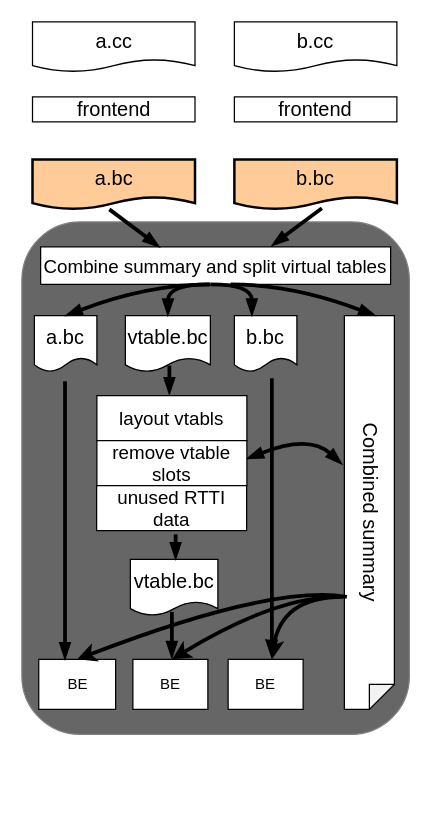
Earlier version of the draw.io diagram thinlto-1.drawio (luxufan/simple-website-template). Source tidied: cells renumbered, new cells numbered last; positions are measured from the earlier drawing's top-left corner, leaving out a move shared by most shapes. Both pictures are drawn from the tidied source at 125%, with x=0, y=0 at pixel (21, 21).
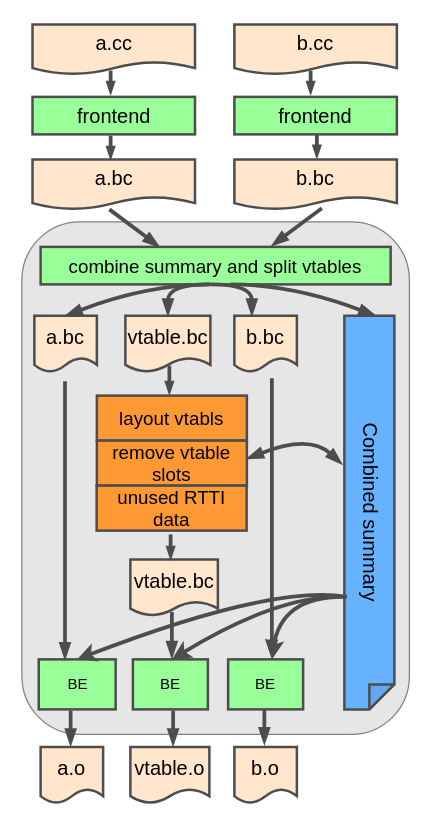
The same diagram, later.

The edit, as a diff of the source:
```diff
@@
-    <mxCell id="2" style="rounded=1;whiteSpace=wrap;html=1;strokeWidth=1;strokeColor=#808080;fillColor=#666666;" parent="1" vertex="1">
+    <mxCell id="2" style="rounded=1;whiteSpace=wrap;html=1;strokeWidth=1;strokeColor=#808080;fillColor=#E6E6E6;" parent="1" vertex="1">
       <mxGeometry y="160" width="310" height="410" as="geometry" />
     </mxCell>
-    <mxCell id="3" value="&lt;font style=&quot;font-size: 16px;&quot;&gt;b.cc&lt;/font&gt;" style="shape=document;whiteSpace=wrap;html=1;boundedLbl=1;size=0.25;direction=east;" parent="1" vertex="1">
-      <mxGeometry x="170" width="130" height="40" as="geometry" />
+    <mxCell id="3" value="&lt;font style=&quot;font-size: 16px;&quot;&gt;b.cc&lt;/font&gt;" style="shape=document;whiteSpace=wrap;html=1;boundedLbl=1;size=0.25;direction=east;fillColor=#FFE6CC;strokeWidth=2;strokeColor=#4D4D4D;" parent="1" vertex="1">
+      <mxGeometry x="170" y="2" width="130" height="40" as="geometry" />
     </mxCell>
-    <mxCell id="4" value="&lt;font style=&quot;font-size: 16px;&quot;&gt;frontend&lt;/font&gt;" style="rounded=0;whiteSpace=wrap;html=1;" parent="1" vertex="1">
-      <mxGeometry x="170" y="60" width="130" height="20" as="geometry" />
+    <mxCell id="4" value="&lt;font style=&quot;font-size: 16px;&quot;&gt;frontend&lt;/font&gt;" style="rounded=0;whiteSpace=wrap;html=1;fillColor=#99FF99;strokeWidth=2;strokeColor=#4D4D4D;" parent="1" vertex="1">
+      <mxGeometry x="170" y="60" width="130" height="30" as="geometry" />
     </mxCell>
-    <mxCell id="5" value="&lt;font style=&quot;font-size: 16px;&quot;&gt;a.bc&lt;/font&gt;" style="shape=document;whiteSpace=wrap;html=1;boundedLbl=1;size=0.25;direction=east;fillColor=#FFCC99;strokeWidth=2;" parent="1" vertex="1">
+    <mxCell id="5" value="&lt;font style=&quot;font-size: 16px;&quot;&gt;a.bc&lt;/font&gt;" style="shape=document;whiteSpace=wrap;html=1;boundedLbl=1;size=0.25;direction=east;fillColor=#FFE6CC;strokeWidth=2;strokeColor=#4D4D4D;" parent="1" vertex="1">
       <mxGeometry x="8.5" y="110" width="130" height="40" as="geometry" />
     </mxCell>
-    <mxCell id="6" value="&lt;font style=&quot;font-size: 16px;&quot;&gt;b.bc&lt;/font&gt;" style="shape=document;whiteSpace=wrap;html=1;boundedLbl=1;size=0.25;direction=east;fillColor=#FFCC99;strokeWidth=2;" parent="1" vertex="1">
+    <mxCell id="6" value="&lt;font style=&quot;font-size: 16px;&quot;&gt;b.bc&lt;/font&gt;" style="shape=document;whiteSpace=wrap;html=1;boundedLbl=1;size=0.25;direction=east;fillColor=#FFE6CC;strokeWidth=2;strokeColor=#4D4D4D;" parent="1" vertex="1">
       <mxGeometry x="170" y="110" width="130" height="40" as="geometry" />
     </mxCell>
-    <mxCell id="7" value="&lt;font style=&quot;font-size: 16px;&quot;&gt;Combined summary&lt;/font&gt;" style="shape=note;whiteSpace=wrap;html=1;backgroundOutline=1;darkOpacity=0.05;direction=east;flipV=1;size=20;textDirection=vertical-lr;" parent="1" vertex="1">
+    <mxCell id="7" value="&lt;font style=&quot;font-size: 16px;&quot;&gt;Combined summary&lt;/font&gt;" style="shape=note;whiteSpace=wrap;html=1;backgroundOutline=1;darkOpacity=0.05;direction=east;flipV=1;size=20;textDirection=vertical-lr;fillColor=#66B2FF;strokeWidth=2;strokeColor=#4D4D4D;" parent="1" vertex="1">
       <mxGeometry x="258" y="235" width="40" height="315" as="geometry" />
     </mxCell>
-    <mxCell id="8" value="&lt;font style=&quot;font-size: 15px;&quot;&gt;Combine summary and split virtual tables&lt;/font&gt;" style="rounded=0;whiteSpace=wrap;html=1;" parent="1" vertex="1">
+    <mxCell id="8" value="&lt;font style=&quot;font-size: 15px;&quot;&gt;combine summary and split vtables&lt;/font&gt;" style="rounded=0;whiteSpace=wrap;html=1;strokeWidth=2;fillColor=#99FF99;strokeColor=#4D4D4D;" parent="1" vertex="1">
       <mxGeometry x="15" y="180" width="280" height="30" as="geometry" />
     </mxCell>
-    <mxCell id="9" value="&lt;font style=&quot;font-size: 16px;&quot;&gt;a.bc&lt;/font&gt;" style="shape=document;whiteSpace=wrap;html=1;boundedLbl=1;size=0.25;direction=east;" parent="1" vertex="1">
+    <mxCell id="9" value="&lt;font style=&quot;font-size: 16px;&quot;&gt;a.bc&lt;/font&gt;" style="shape=document;whiteSpace=wrap;html=1;boundedLbl=1;size=0.25;direction=east;strokeWidth=2;strokeColor=#4D4D4D;fillColor=#FFE6CC;" parent="1" vertex="1">
       <mxGeometry x="10" y="235" width="50" height="45" as="geometry" />
     </mxCell>
-    <mxCell id="10" value="&lt;font style=&quot;font-size: 16px;&quot;&gt;vtable.bc&lt;/font&gt;" style="shape=document;whiteSpace=wrap;html=1;boundedLbl=1;size=0.25;direction=east;" parent="1" vertex="1">
+    <mxCell id="10" value="&lt;font style=&quot;font-size: 16px;&quot;&gt;vtable.bc&lt;/font&gt;" style="shape=document;whiteSpace=wrap;html=1;boundedLbl=1;size=0.25;direction=east;strokeWidth=2;strokeColor=#4D4D4D;fillColor=#FFE6CC;" parent="1" vertex="1">
       <mxGeometry x="82.8" y="235" width="68" height="45" as="geometry" />
     </mxCell>
-    <mxCell id="11" value="&lt;font style=&quot;font-size: 16px;&quot;&gt;b.bc&lt;/font&gt;" style="shape=document;whiteSpace=wrap;html=1;boundedLbl=1;size=0.25;direction=east;" parent="1" vertex="1">
+    <mxCell id="11" value="&lt;font style=&quot;font-size: 16px;&quot;&gt;b.bc&lt;/font&gt;" style="shape=document;whiteSpace=wrap;html=1;boundedLbl=1;size=0.25;direction=east;strokeWidth=2;strokeColor=#4D4D4D;fillColor=#FFE6CC;" parent="1" vertex="1">
       <mxGeometry x="170" y="235" width="50" height="45" as="geometry" />
     </mxCell>
-    <mxCell id="12" value="&lt;font style=&quot;font-size: 16px;&quot;&gt;a.cc&lt;/font&gt;" style="shape=document;whiteSpace=wrap;html=1;boundedLbl=1;size=0.25;direction=east;" parent="1" vertex="1">
-      <mxGeometry x="8.5" width="130" height="40" as="geometry" />
+    <mxCell id="12" value="&lt;font style=&quot;font-size: 16px;&quot;&gt;a.cc&lt;/font&gt;" style="shape=document;whiteSpace=wrap;html=1;boundedLbl=1;size=0.25;direction=east;fillColor=#FFE6CC;strokeWidth=2;strokeColor=#4D4D4D;" parent="1" vertex="1">
+      <mxGeometry x="8.5" y="2" width="130" height="40" as="geometry" />
     </mxCell>
-    <mxCell id="13" value="&lt;font style=&quot;font-size: 16px;&quot;&gt;frontend&lt;/font&gt;" style="rounded=0;whiteSpace=wrap;html=1;" parent="1" vertex="1">
-      <mxGeometry x="8.5" y="60" width="130" height="20" as="geometry" />
+    <mxCell id="13" value="&lt;font style=&quot;font-size: 16px;&quot;&gt;frontend&lt;/font&gt;" style="rounded=0;whiteSpace=wrap;html=1;fillColor=#99FF99;strokeWidth=2;strokeColor=#4D4D4D;" parent="1" vertex="1">
+      <mxGeometry x="8.5" y="60" width="130" height="30" as="geometry" />
     </mxCell>
-    <mxCell id="14" value="&lt;font style=&quot;font-size: 16px;&quot;&gt;vtable.bc&lt;/font&gt;" style="shape=document;whiteSpace=wrap;html=1;boundedLbl=1;size=0.25;direction=east;" parent="1" vertex="1">
+    <mxCell id="14" value="&lt;font style=&quot;font-size: 16px;&quot;&gt;vtable.bc&lt;/font&gt;" style="shape=document;whiteSpace=wrap;html=1;boundedLbl=1;size=0.25;direction=east;strokeWidth=2;fillColor=#FFE6CC;strokeColor=#4D4D4D;" parent="1" vertex="1">
       <mxGeometry x="86.8" y="430" width="70" height="45" as="geometry" />
     </mxCell>
-    <mxCell id="15" value="BE" style="rounded=0;whiteSpace=wrap;html=1;" parent="1" vertex="1">
+    <mxCell id="15" value="BE" style="rounded=0;whiteSpace=wrap;html=1;strokeWidth=2;fillColor=#99FF99;strokeColor=#4D4D4D;" parent="1" vertex="1">
       <mxGeometry x="13.5" y="510" width="61.5" height="40" as="geometry" />
     </mxCell>
-    <mxCell id="16" value="BE" style="rounded=0;whiteSpace=wrap;html=1;" parent="1" vertex="1">
+    <mxCell id="16" value="BE" style="rounded=0;whiteSpace=wrap;html=1;strokeWidth=2;fillColor=#99FF99;strokeColor=#4D4D4D;" parent="1" vertex="1">
       <mxGeometry x="88.8" y="510" width="60" height="40" as="geometry" />
     </mxCell>
-    <mxCell id="17" value="BE" style="rounded=0;whiteSpace=wrap;html=1;" parent="1" vertex="1">
+    <mxCell id="17" value="BE" style="rounded=0;whiteSpace=wrap;html=1;strokeWidth=2;fillColor=#99FF99;strokeColor=#4D4D4D;" parent="1" vertex="1">
       <mxGeometry x="165" y="510" width="60" height="40" as="geometry" />
     </mxCell>
-    <mxCell id="18" style="curved=1;endArrow=none;html=1;rounded=0;strokeWidth=3;endFill=0;startArrow=blockThin;startFill=1;exitX=0.5;exitY=0;exitDx=0;exitDy=0;" parent="1" edge="1" source="9">
+    <mxCell id="18" style="curved=1;endArrow=none;html=1;rounded=0;strokeWidth=3;endFill=0;startArrow=blockThin;startFill=1;exitX=0.5;exitY=0;exitDx=0;exitDy=0;strokeColor=#4D4D4D;" parent="1" edge="1" source="9">
       <mxGeometry relative="1" as="geometry">
         <mxPoint x="150.8" y="210" as="targetPoint" />
         <Array as="points">
           <mxPoint x="100.8" y="210" />
         </Array>
       </mxGeometry>
     </mxCell>
-    <mxCell id="19" style="curved=1;endArrow=none;html=1;rounded=0;strokeWidth=3;endFill=0;startArrow=blockThin;startFill=1;exitX=0.5;exitY=0;exitDx=0;exitDy=0;" parent="1" edge="1" source="10">
+    <mxCell id="19" style="curved=1;endArrow=none;html=1;rounded=0;strokeWidth=3;endFill=0;startArrow=blockThin;startFill=1;exitX=0.5;exitY=0;exitDx=0;exitDy=0;strokeColor=#4D4D4D;" parent="1" edge="1" source="10">
       <mxGeometry relative="1" as="geometry">
         <mxPoint x="150" y="210" as="targetPoint" />
         <Array as="points">
           <mxPoint x="117" y="210" />
         </Array>
       </mxGeometry>
     </mxCell>
-    <mxCell id="20" style="curved=1;endArrow=none;html=1;rounded=0;strokeWidth=3;endFill=0;startArrow=blockThin;startFill=1;exitX=0.5;exitY=0;exitDx=0;exitDy=0;" parent="1" edge="1">
+    <mxCell id="20" style="curved=1;endArrow=none;html=1;rounded=0;strokeWidth=3;endFill=0;startArrow=blockThin;startFill=1;exitX=0.5;exitY=0;exitDx=0;exitDy=0;strokeColor=#4D4D4D;" parent="1" edge="1">
       <mxGeometry relative="1" as="geometry">
         <mxPoint x="184" y="235" as="sourcePoint" />
         <mxPoint x="151" y="210" as="targetPoint" />
         <Array as="points">
           <mxPoint x="184" y="210" />
         </Array>
       </mxGeometry>
     </mxCell>
-    <mxCell id="21" style="curved=1;endArrow=none;html=1;rounded=0;strokeWidth=3;endFill=0;startArrow=blockThin;startFill=1;exitX=0.5;exitY=0;exitDx=0;exitDy=0;" parent="1" edge="1">
+    <mxCell id="21" style="curved=1;endArrow=none;html=1;rounded=0;strokeWidth=3;endFill=0;startArrow=blockThin;startFill=1;exitX=0.5;exitY=0;exitDx=0;exitDy=0;strokeColor=#4D4D4D;" parent="1" edge="1">
       <mxGeometry relative="1" as="geometry">
         <mxPoint x="282.8" y="235" as="sourcePoint" />
         <mxPoint x="167" y="210" as="targetPoint" />
         <Array as="points">
           <mxPoint x="217" y="210" />
         </Array>
       </mxGeometry>
     </mxCell>
-    <mxCell id="22" style="endArrow=none;html=1;rounded=0;endFill=0;startArrow=blockThin;startFill=1;strokeWidth=3;" parent="1" edge="1">
+    <mxCell id="22" style="endArrow=none;html=1;rounded=0;endFill=0;startArrow=blockThin;startFill=1;strokeWidth=3;strokeColor=#4D4D4D;" parent="1" edge="1">
       <mxGeometry relative="1" as="geometry">
         <mxPoint x="34.5" y="510" as="sourcePoint" />
         <mxPoint x="34.5" y="287.5" as="targetPoint" />
       </mxGeometry>
     </mxCell>
-    <mxCell id="23" style="endArrow=none;html=1;rounded=0;endFill=0;startArrow=blockThin;startFill=1;strokeWidth=3;" parent="1" edge="1">
+    <mxCell id="23" style="endArrow=none;html=1;rounded=0;endFill=0;startArrow=blockThin;startFill=1;strokeWidth=3;strokeColor=#4D4D4D;" parent="1" edge="1">
       <mxGeometry relative="1" as="geometry">
         <mxPoint x="200" y="508" as="sourcePoint" />
         <mxPoint x="200" y="285" as="targetPoint" />
       </mxGeometry>
     </mxCell>
-    <mxCell id="24" style="endArrow=none;html=1;rounded=0;endFill=0;startArrow=blockThin;startFill=1;strokeWidth=3;" parent="1" edge="1">
+    <mxCell id="24" style="endArrow=none;html=1;rounded=0;endFill=0;startArrow=blockThin;startFill=1;strokeWidth=3;strokeColor=#4D4D4D;" parent="1" edge="1">
       <mxGeometry relative="1" as="geometry">
         <mxPoint x="120" y="509" as="sourcePoint" />
         <mxPoint x="120" y="472" as="targetPoint" />
       </mxGeometry>
     </mxCell>
-    <mxCell id="25" style="curved=1;endArrow=classic;html=1;rounded=0;strokeWidth=3;" parent="1" edge="1">
+    <mxCell id="25" style="curved=1;endArrow=classic;html=1;rounded=0;strokeWidth=3;strokeColor=#4D4D4D;" parent="1" edge="1">
       <mxGeometry relative="1" as="geometry">
         <mxPoint x="257" y="460" as="sourcePoint" />
         <mxPoint x="200" y="510" as="targetPoint" />
         <Array as="points">
           <mxPoint x="207" y="460" />
         </Array>
       </mxGeometry>
     </mxCell>
-    <mxCell id="26" style="curved=1;endArrow=classic;html=1;rounded=0;strokeWidth=3;" parent="1" edge="1">
+    <mxCell id="26" style="curved=1;endArrow=classic;html=1;rounded=0;strokeWidth=3;strokeColor=#4D4D4D;" parent="1" edge="1">
       <mxGeometry relative="1" as="geometry">
         <mxPoint x="252.5" y="460" as="sourcePoint" />
         <mxPoint x="120" y="510" as="targetPoint" />
         <Array as="points">
           <mxPoint x="202.5" y="460" />
         </Array>
       </mxGeometry>
     </mxCell>
-    <mxCell id="27" style="curved=1;endArrow=classic;html=1;rounded=0;strokeWidth=3;entryX=0.5;entryY=0;entryDx=0;entryDy=0;" parent="1" edge="1" target="15">
+    <mxCell id="27" style="curved=1;endArrow=classic;html=1;rounded=0;strokeWidth=3;entryX=0.5;entryY=0;entryDx=0;entryDy=0;strokeColor=#4D4D4D;" parent="1" edge="1" target="15">
       <mxGeometry relative="1" as="geometry">
         <mxPoint x="260" y="460" as="sourcePoint" />
         <Array as="points">
           <mxPoint x="200" y="450" />
         </Array>
       </mxGeometry>
     </mxCell>
-    <mxCell id="28" style="curved=1;endArrow=blockThin;html=1;rounded=0;strokeWidth=3;entryX=1;entryY=0.5;entryDx=0;entryDy=0;exitX=-0.05;exitY=0.623;exitDx=0;exitDy=0;exitPerimeter=0;startArrow=blockThin;startFill=1;endFill=1;" parent="1" edge="1" source="7">
+    <mxCell id="28" style="curved=1;endArrow=blockThin;html=1;rounded=0;strokeWidth=3;entryX=1;entryY=0.5;entryDx=0;entryDy=0;exitX=-0.05;exitY=0.623;exitDx=0;exitDy=0;exitPerimeter=0;startArrow=blockThin;startFill=1;endFill=1;strokeColor=#4D4D4D;" parent="1" edge="1" source="7">
       <mxGeometry relative="1" as="geometry">
         <mxPoint x="180" y="349.5" as="targetPoint" />
         <Array as="points">
           <mxPoint x="230" y="330" />
         </Array>
       </mxGeometry>
     </mxCell>
-    <mxCell id="29" style="endArrow=blockThin;html=1;rounded=0;strokeWidth=3;endFill=1;exitX=0.473;exitY=1;exitDx=0;exitDy=0;exitPerimeter=0;" parent="1" edge="1" source="5">
+    <mxCell id="29" style="endArrow=blockThin;html=1;rounded=0;strokeWidth=3;endFill=1;exitX=0.473;exitY=1;exitDx=0;exitDy=0;exitPerimeter=0;strokeColor=#4D4D4D;" parent="1" edge="1" source="5">
       <mxGeometry relative="1" as="geometry">
         <mxPoint x="110" y="180" as="targetPoint" />
       </mxGeometry>
     </mxCell>
-    <mxCell id="30" style="endArrow=blockThin;html=1;rounded=0;strokeWidth=3;endFill=1;" parent="1" edge="1">
+    <mxCell id="30" style="endArrow=blockThin;html=1;rounded=0;strokeWidth=3;endFill=1;strokeColor=#4D4D4D;startSize=5;endSize=3;" parent="1" edge="1">
       <mxGeometry relative="1" as="geometry">
         <mxPoint x="118" y="275" as="sourcePoint" />
         <mxPoint x="118" y="298" as="targetPoint" />
       </mxGeometry>
     </mxCell>
-    <mxCell id="31" style="endArrow=blockThin;html=1;rounded=0;strokeWidth=3;endFill=1;" parent="1" edge="1">
+    <mxCell id="31" style="endArrow=blockThin;html=1;rounded=0;strokeWidth=3;endFill=1;strokeColor=#4D4D4D;endSize=3;" parent="1" edge="1">
       <mxGeometry relative="1" as="geometry">
-        <mxPoint x="123" y="410" as="sourcePoint" />
-        <mxPoint x="123" y="430" as="targetPoint" />
+        <mxPoint x="119" y="410" as="sourcePoint" />
+        <mxPoint x="119" y="430" as="targetPoint" />
       </mxGeometry>
     </mxCell>
-    <mxCell id="32" value="&lt;font style=&quot;font-size: 15px;&quot;&gt;layout vtabls&lt;/font&gt;" style="rounded=0;whiteSpace=wrap;html=1;" parent="1" vertex="1">
+    <mxCell id="32" value="&lt;font style=&quot;font-size: 15px;&quot;&gt;layout vtabls&lt;/font&gt;" style="rounded=0;whiteSpace=wrap;html=1;strokeWidth=2;fillColor=#FF9933;strokeColor=#4D4D4D;" parent="1" vertex="1">
       <mxGeometry x="60" y="299" width="120" height="36" as="geometry" />
     </mxCell>
-    <mxCell id="33" value="&lt;font style=&quot;font-size: 15px;&quot;&gt;remove vtable slots&lt;/font&gt;" style="rounded=0;whiteSpace=wrap;html=1;" parent="1" vertex="1">
+    <mxCell id="33" value="&lt;font style=&quot;font-size: 15px;&quot;&gt;remove vtable slots&lt;/font&gt;" style="rounded=0;whiteSpace=wrap;html=1;strokeWidth=2;strokeColor=#4D4D4D;fillColor=#FF9933;" parent="1" vertex="1">
       <mxGeometry x="60" y="335" width="120" height="36" as="geometry" />
     </mxCell>
-    <mxCell id="34" value="&lt;span style=&quot;font-size: 15px;&quot;&gt;unused RTTI data&lt;/span&gt;" style="rounded=0;whiteSpace=wrap;html=1;" parent="1" vertex="1">
+    <mxCell id="34" value="&lt;span style=&quot;font-size: 15px;&quot;&gt;unused RTTI data&lt;/span&gt;" style="rounded=0;whiteSpace=wrap;html=1;strokeWidth=2;strokeColor=#4D4D4D;fillColor=#FF9933;" parent="1" vertex="1">
       <mxGeometry x="59.8" y="371" width="120" height="36" as="geometry" />
     </mxCell>
-    <mxCell id="35" style="endArrow=blockThin;html=1;rounded=0;strokeWidth=3;endFill=1;exitX=0.473;exitY=1;exitDx=0;exitDy=0;exitPerimeter=0;" parent="1" edge="1">
+    <mxCell id="35" style="endArrow=blockThin;html=1;rounded=0;strokeWidth=3;endFill=1;exitX=0.473;exitY=1;exitDx=0;exitDy=0;exitPerimeter=0;strokeColor=#4D4D4D;" parent="1" edge="1">
       <mxGeometry relative="1" as="geometry">
         <mxPoint x="240" y="149" as="sourcePoint" />
         <mxPoint x="200" y="179" as="targetPoint" />
       </mxGeometry>
     </mxCell>
+    <mxCell id="36" style="endArrow=blockThin;html=1;rounded=0;strokeWidth=3;endFill=1;strokeColor=#4D4D4D;endSize=3;" parent="1" edge="1">
+      <mxGeometry relative="1" as="geometry">
+        <mxPoint x="236" y="90" as="sourcePoint" />
+        <mxPoint x="236" y="109" as="targetPoint" />
+      </mxGeometry>
+    </mxCell>
+    <mxCell id="37" style="endArrow=blockThin;html=1;rounded=0;strokeWidth=3;endFill=1;strokeColor=#4D4D4D;endSize=3;" parent="1" edge="1">
+      <mxGeometry relative="1" as="geometry">
+        <mxPoint x="71" y="91" as="sourcePoint" />
+        <mxPoint x="71" y="110" as="targetPoint" />
+      </mxGeometry>
+    </mxCell>
+    <mxCell id="38" style="endArrow=blockThin;html=1;rounded=0;strokeWidth=3;endFill=1;strokeColor=#4D4D4D;endSize=3;" parent="1" edge="1">
+      <mxGeometry relative="1" as="geometry">
+        <mxPoint x="231" y="39" as="sourcePoint" />
+        <mxPoint x="231" y="58" as="targetPoint" />
+      </mxGeometry>
+    </mxCell>
+    <mxCell id="39" style="endArrow=blockThin;html=1;rounded=0;strokeWidth=3;endFill=1;strokeColor=#4D4D4D;endSize=3;" parent="1" edge="1">
+      <mxGeometry relative="1" as="geometry">
+        <mxPoint x="71" y="39" as="sourcePoint" />
+        <mxPoint x="71" y="58" as="targetPoint" />
+      </mxGeometry>
+    </mxCell>
+    <mxCell id="40" value="&lt;font style=&quot;font-size: 16px;&quot;&gt;a.o&lt;/font&gt;" style="shape=document;whiteSpace=wrap;html=1;boundedLbl=1;size=0.25;direction=east;strokeWidth=2;strokeColor=#4D4D4D;fillColor=#FFE6CC;" parent="1" vertex="1">
+      <mxGeometry x="15" y="580" width="50" height="45" as="geometry" />
+    </mxCell>
+    <mxCell id="41" value="&lt;span style=&quot;font-size: 16px;&quot;&gt;vtable.o&lt;/span&gt;" style="shape=document;whiteSpace=wrap;html=1;boundedLbl=1;size=0.25;direction=east;strokeWidth=2;strokeColor=#4D4D4D;fillColor=#FFE6CC;" parent="1" vertex="1">
+      <mxGeometry x="86.8" y="580" width="63.2" height="45" as="geometry" />
+    </mxCell>
+    <mxCell id="42" value="&lt;font style=&quot;font-size: 16px;&quot;&gt;b.o&lt;/font&gt;" style="shape=document;whiteSpace=wrap;html=1;boundedLbl=1;size=0.25;direction=east;strokeWidth=2;strokeColor=#4D4D4D;fillColor=#FFE6CC;" parent="1" vertex="1">
+      <mxGeometry x="170" y="580" width="50" height="45" as="geometry" />
+    </mxCell>
+    <mxCell id="43" style="endArrow=none;html=1;rounded=0;endFill=0;startArrow=blockThin;startFill=1;strokeWidth=3;strokeColor=#4D4D4D;" parent="1" edge="1">
+      <mxGeometry relative="1" as="geometry">
+        <mxPoint x="121" y="579" as="sourcePoint" />
+        <mxPoint x="121" y="551" as="targetPoint" />
+      </mxGeometry>
+    </mxCell>
+    <mxCell id="44" style="endArrow=none;html=1;rounded=0;endFill=0;startArrow=blockThin;startFill=1;strokeWidth=3;strokeColor=#4D4D4D;" parent="1" edge="1">
+      <mxGeometry relative="1" as="geometry">
+        <mxPoint x="39" y="579" as="sourcePoint" />
+        <mxPoint x="39" y="551" as="targetPoint" />
+      </mxGeometry>
+    </mxCell>
+    <mxCell id="45" style="endArrow=none;html=1;rounded=0;endFill=0;startArrow=blockThin;startFill=1;strokeWidth=3;strokeColor=#4D4D4D;" parent="1" edge="1">
+      <mxGeometry relative="1" as="geometry">
+        <mxPoint x="194" y="578" as="sourcePoint" />
+        <mxPoint x="194" y="550" as="targetPoint" />
+      </mxGeometry>
+    </mxCell>
```
